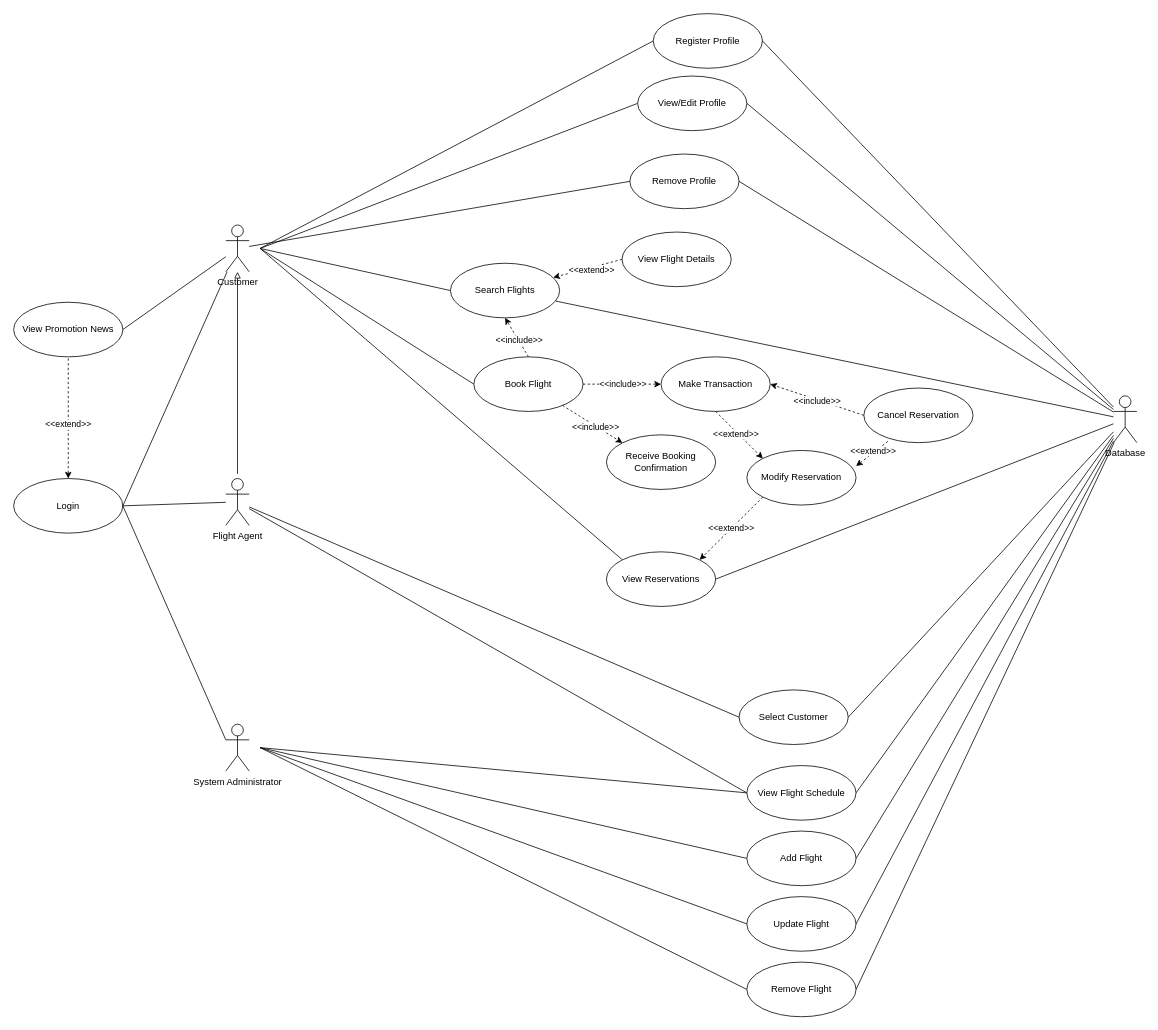
Above: diagrams/UseCaseDiagramV2.drawio in EricTHallett/ENSF-480-Term-Project (draw.io), before the change. Source tidied: cells renumbered, new cells numbered last; positions are measured from the earlier drawing's top-left corner, leaving out a move shared by most shapes. Both pictures are drawn from the tidied source at 78%, with x=0, y=0 at pixel (13, 13).
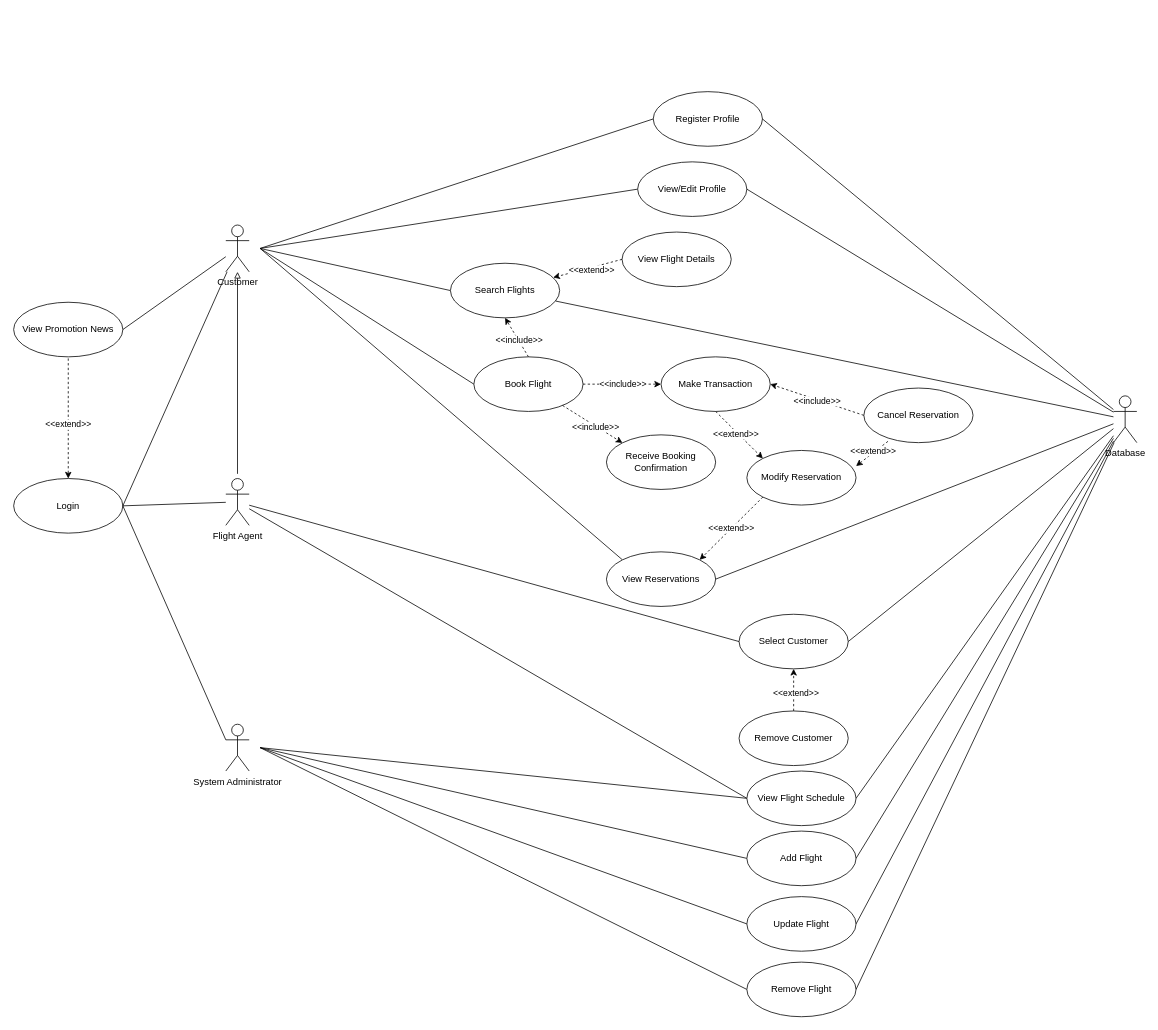
The same page after the edit.

Commit message:
Customer cannot remove self

The change refers to these unchanged cells:
```xml
<mxCell id="22" value="Customer" style="shape=umlActor;verticalLabelPosition=bottom;verticalAlign=top;html=1;outlineConnect=0;labelPerimeter=1;" parent="1" vertex="1">
  <mxGeometry x="272" y="271" width="30" height="60" as="geometry" />
</mxCell>
<mxCell id="50" value="Database" style="shape=umlActor;verticalLabelPosition=bottom;verticalAlign=top;html=1;outlineConnect=0;labelPerimeter=1;" parent="1" vertex="1">
  <mxGeometry x="1410" y="490" width="30" height="60" as="geometry" />
</mxCell>
```

The edit, as a diff of the source:
```diff
@@
     <mxCell id="24" value="View/Edit Profile" style="ellipse;whiteSpace=wrap;html=1;" parent="1" vertex="1">
-      <mxGeometry x="800" y="80" width="140" height="70" as="geometry" />
+      <mxGeometry x="800" y="190" width="140" height="70" as="geometry" />
     </mxCell>
     <mxCell id="25" value="Register Profile" style="ellipse;whiteSpace=wrap;html=1;" parent="1" vertex="1">
-      <mxGeometry x="820" width="140" height="70" as="geometry" />
+      <mxGeometry x="820" y="100" width="140" height="70" as="geometry" />
     </mxCell>
@@
     <mxCell id="34" value="View Flight Schedule" style="ellipse;whiteSpace=wrap;html=1;" parent="1" vertex="1">
-      <mxGeometry x="940" y="964" width="140" height="70" as="geometry" />
+      <mxGeometry x="940" y="971" width="140" height="70" as="geometry" />
     </mxCell>
@@
     <mxCell id="38" value="Select Customer" style="ellipse;whiteSpace=wrap;html=1;" parent="1" vertex="1">
-      <mxGeometry x="930" y="867" width="140" height="70" as="geometry" />
+      <mxGeometry x="930" y="770" width="140" height="70" as="geometry" />
     </mxCell>
@@
-    <mxCell id="61" value="Remove Profile" style="ellipse;whiteSpace=wrap;html=1;" parent="1" vertex="1">
-      <mxGeometry x="790" y="180" width="140" height="70" as="geometry" />
-    </mxCell>
-    <mxCell id="62" style="endArrow=none;html=1;rounded=0;defaultLabelBackgroundColor=page;labelPadding=0 4;entryX=0;entryY=0.5;entryDx=0;entryDy=0;" parent="1" edge="1" source="22" target="61">
-      <mxGeometry relative="1" as="geometry" />
-    </mxCell>
-    <mxCell id="63" style="endArrow=none;html=1;rounded=0;defaultLabelBackgroundColor=page;labelPadding=0 4;entryX=1;entryY=0.5;entryDx=0;entryDy=0;" parent="1" edge="1" source="50" target="61">
-      <mxGeometry relative="1" as="geometry" />
-    </mxCell>
@@
+    <mxCell id="69" value="Remove Customer" style="ellipse;whiteSpace=wrap;html=1;" parent="1" vertex="1">
+      <mxGeometry x="930" y="894" width="140" height="70" as="geometry" />
+    </mxCell>
+    <mxCell id="70" style="edgeStyle=none;shape=connector;rounded=0;jettySize=auto;html=1;entryX=0.5;entryY=1;entryDx=0;entryDy=0;strokeColor=default;align=center;verticalAlign=middle;fontFamily=Helvetica;fontSize=11;fontColor=default;labelBackgroundColor=default;endArrow=classic;endFill=1;dashed=1;" parent="1" edge="1" source="69" target="38">
+      <mxGeometry relative="1" as="geometry" />
+    </mxCell>
+    <mxCell id="71" value="&amp;lt;&amp;lt;extend&amp;gt;&amp;gt;" style="edgeLabel;html=1;align=center;verticalAlign=middle;fontFamily=Helvetica;fontSize=11;fontColor=default;labelBackgroundColor=default;" parent="70" vertex="1">
+      <mxGeometry x="-0.1" y="-2" relative="1" as="geometry" />
+    </mxCell>
```
